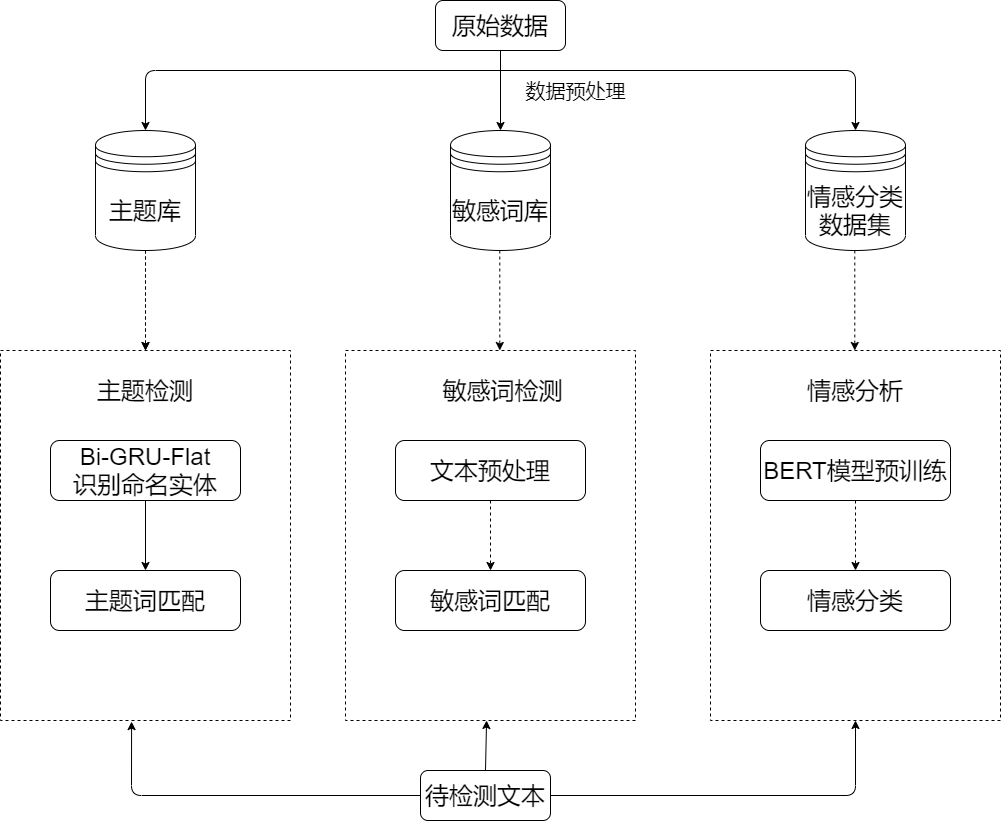
The draw.io diagram PaperFramework.png in AddsionPaPa/NLP, before a commit. Source tidied: cells renumbered, new cells last; positions are measured from the earlier drawing's top-left corner, leaving out a move shared by most shapes.
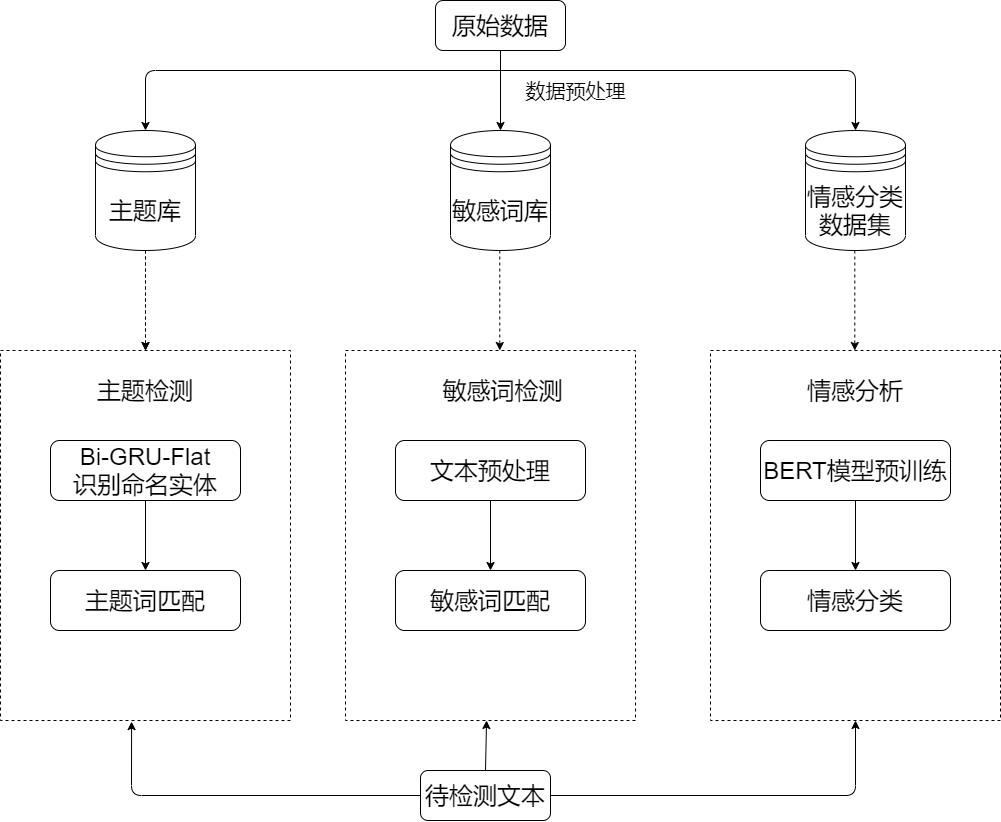
The same file after the commit.

The edit, as a diff of the source:
```diff
@@ -78,7 +78,7 @@
     <mxCell id="21" value="&lt;span style=&quot;font-size: 24px&quot;&gt;敏感词匹配&lt;/span&gt;" style="rounded=1;whiteSpace=wrap;html=1;" parent="1" vertex="1">
       <mxGeometry x="395" y="570" width="190" height="60" as="geometry" />
     </mxCell>
-    <mxCell id="22" style="endArrow=classic;html=1;dashed=1;exitX=0.5;exitY=1;exitDx=0;exitDy=0;entryX=0.5;entryY=0;entryDx=0;entryDy=0;" parent="1" edge="1" source="20" target="21">
+    <mxCell id="22" style="endArrow=classic;html=1;exitX=0.5;exitY=1;exitDx=0;exitDy=0;entryX=0.5;entryY=0;entryDx=0;entryDy=0;" parent="1" edge="1" source="20" target="21">
       <mxGeometry relative="1" as="geometry" />
     </mxCell>
     <mxCell id="23" style="rounded=0;whiteSpace=wrap;html=1;dashed=1;" parent="1" vertex="1">
@@ -93,7 +93,7 @@
     <mxCell id="26" value="&lt;span style=&quot;font-size: 24px&quot;&gt;情感分类&lt;/span&gt;" style="rounded=1;whiteSpace=wrap;html=1;" parent="1" vertex="1">
       <mxGeometry x="760" y="570" width="190" height="60" as="geometry" />
     </mxCell>
-    <mxCell id="27" style="endArrow=classic;html=1;dashed=1;exitX=0.5;exitY=1;exitDx=0;exitDy=0;entryX=0.5;entryY=0;entryDx=0;entryDy=0;" parent="1" edge="1" source="25" target="26">
+    <mxCell id="27" style="endArrow=classic;html=1;exitX=0.5;exitY=1;exitDx=0;exitDy=0;entryX=0.5;entryY=0;entryDx=0;entryDy=0;" parent="1" edge="1" source="25" target="26">
       <mxGeometry relative="1" as="geometry" />
     </mxCell>
     <mxCell id="28" style="endArrow=classic;html=1;entryX=0.5;entryY=0;entryDx=0;entryDy=0;exitX=0.5;exitY=1;exitDx=0;exitDy=0;dashed=1;" parent="1" edge="1">
```
